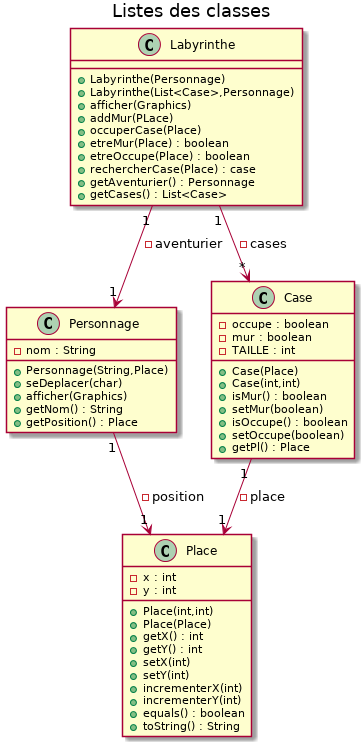
The PlantUML diagram documents/version_2/Diagramme_Classe.png in pa1007/Zeldiablo, before a commit.
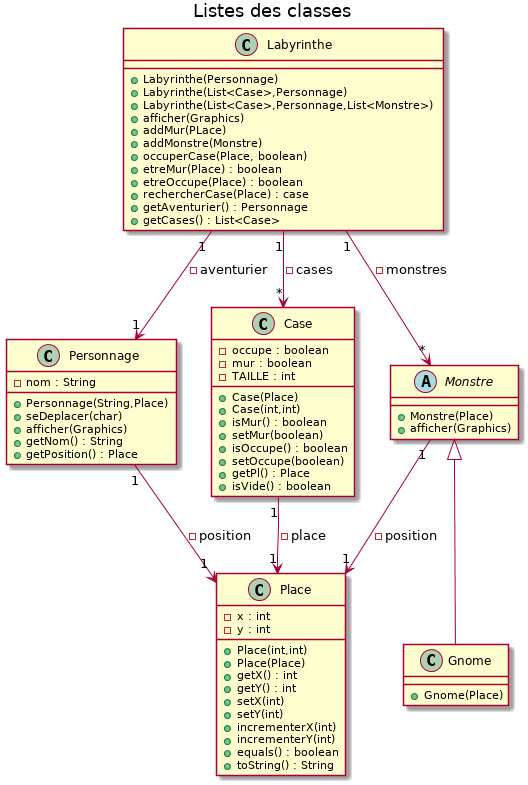
After the commit.

Diff of the diagram source:
```diff
@@ -13,9 +13,11 @@
 class Labyrinthe{
 + Labyrinthe(Personnage)
 + Labyrinthe(List<Case>,Personnage)
++ Labyrinthe(List<Case>,Personnage,List<Monstre>)
 + afficher(Graphics)
 + addMur(PLace)
-+ occuperCase(Place)
++ addMonstre(Monstre)
++ occuperCase(Place, boolean)
 + etreMur(Place) : boolean
 + etreOccupe(Place) : boolean
 + rechercherCase(Place) : case
@@ -35,6 +37,7 @@
 + isOccupe() : boolean
 + setOccupe(boolean)
 + getPl() : Place
++ isVide() : boolean
 }
 
 
@@ -53,9 +56,22 @@
 + toString() : String
 }
 
+abstract Monstre{
++ Monstre(Place)
++ afficher(Graphics)
+}
+
+class Gnome extends Monstre{
++ Gnome(Place)
+}
+
 Labyrinthe "1" --> "*" Case : - cases
 
+Labyrinthe "1" --> "*" Monstre : - monstres
+
 Case "1" --> "1" Place : - place
+
+Monstre "1" --> "1" Place : - position
 
 Personnage "1" --> "1" Place : - position
 
```
